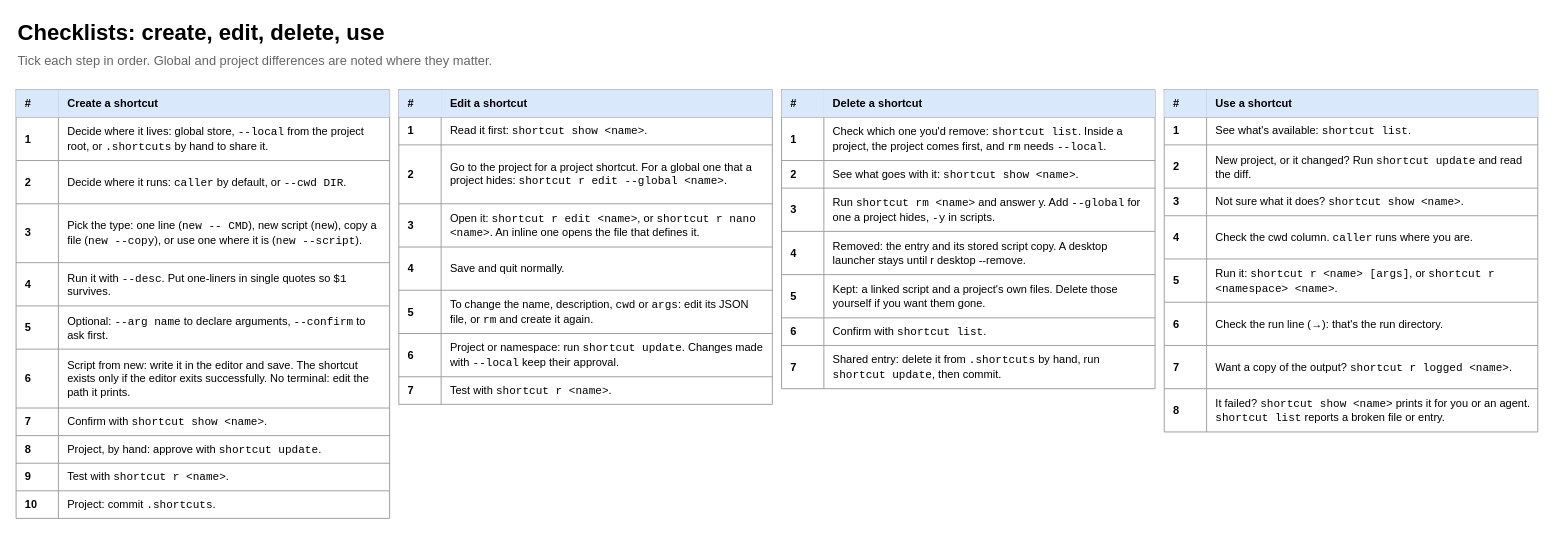
StanLukuvka/Shortcut keeps this draw.io diagram as page "5 Checklists" (5 of 5) of docs/shortcut-overview.drawio. Above is the earlier version. Source tidied: cells renumbered, new cells numbered last; positions are measured from the earlier drawing's top-left corner, leaving out a move shared by most shapes. Both pictures are drawn from the tidied source at 92%, with x=0, y=0 at pixel (16, 16).
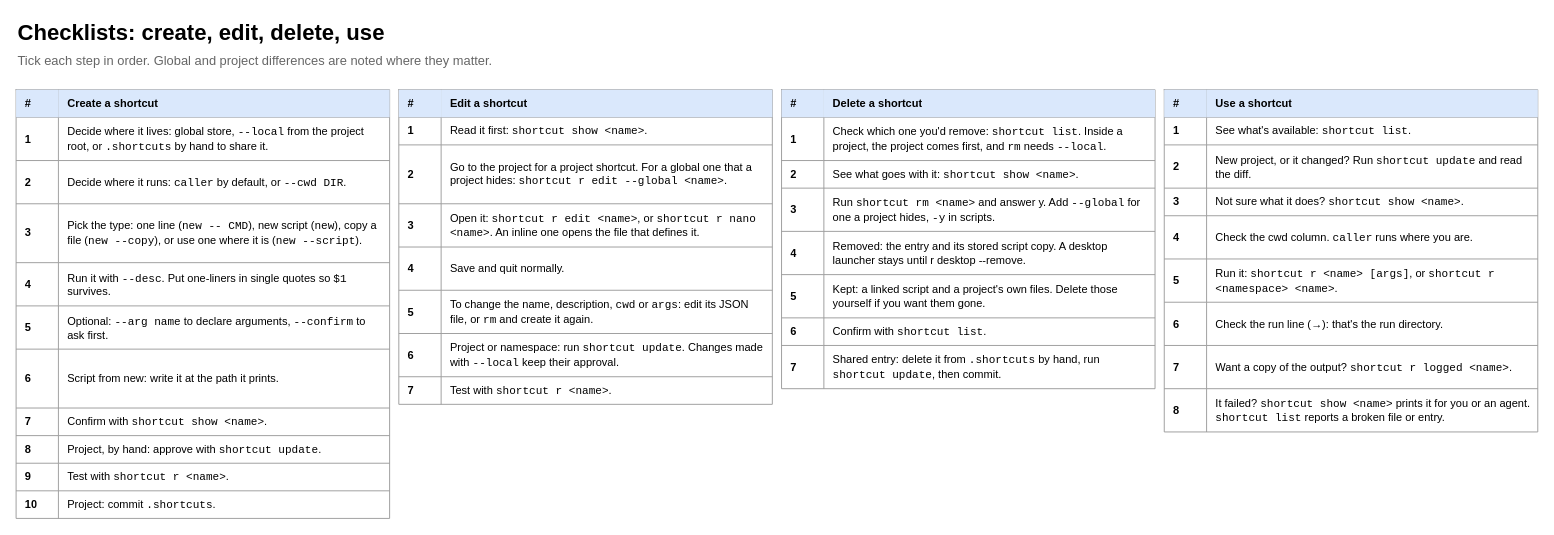
The same page after the edit.

Commit message (it also covers changes not shown here):
Stop new from opening an editor: it writes the template and prints its path

The change refers to these unchanged cells:
```xml
<mxCell id="23" style="shape=tableRow;horizontal=0;startSize=0;swimlaneHead=0;swimlaneBody=0;strokeColor=inherit;top=0;left=0;bottom=0;right=0;fillColor=none;html=1;" parent="4" vertex="1">
  <mxGeometry y="282" width="406" height="64" as="geometry" />
</mxCell>
```

What changed in the source:
```diff
@@
-    <mxCell id="25" value="Script from new: write it in the editor and save. The shortcut exists only if the editor exits successfully. No terminal: edit the path it prints." style="shape=partialRectangle;html=1;whiteSpace=wrap;strokeColor=inherit;overflow=hidden;fillColor=none;top=0;left=0;bottom=0;right=0;align=left;verticalAlign=middle;spacingLeft=8;spacingRight=6;fontSize=12;" parent="23" vertex="1">
+    <mxCell id="25" value="Script from new: write it at the path it prints." style="shape=partialRectangle;html=1;whiteSpace=wrap;strokeColor=inherit;overflow=hidden;fillColor=none;top=0;left=0;bottom=0;right=0;align=left;verticalAlign=middle;spacingLeft=8;spacingRight=6;fontSize=12;" parent="23" vertex="1">
       <mxGeometry x="46" width="360" height="64" as="geometry" />
     </mxCell>
```
